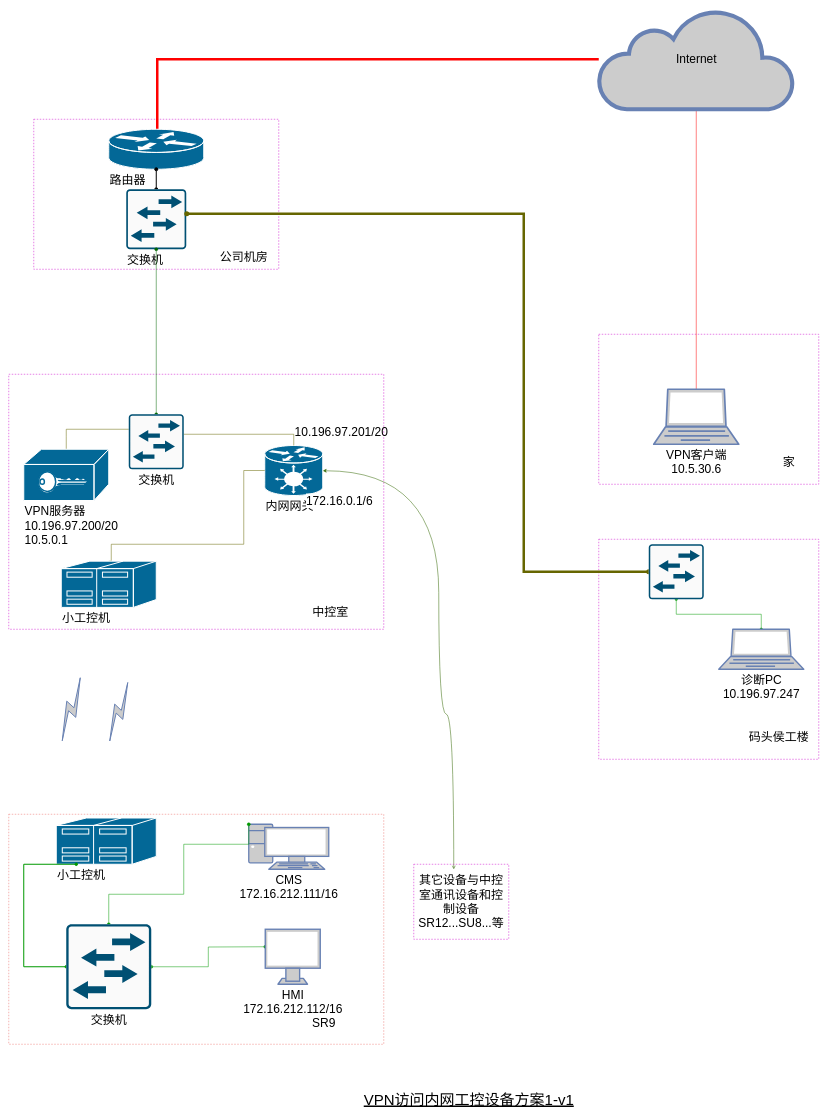
The draw.io diagram VPN访问内网工控设备方案1-v1.drawio in LockeJet/dopamineplz.github.io, before the edit. Source tidied: cells renumbered, new cells numbered last; positions are measured from the earlier drawing's top-left corner, leaving out a move shared by most shapes. Both pictures are drawn from the tidied source at 50%, with x=0, y=0 at pixel (8, 9).
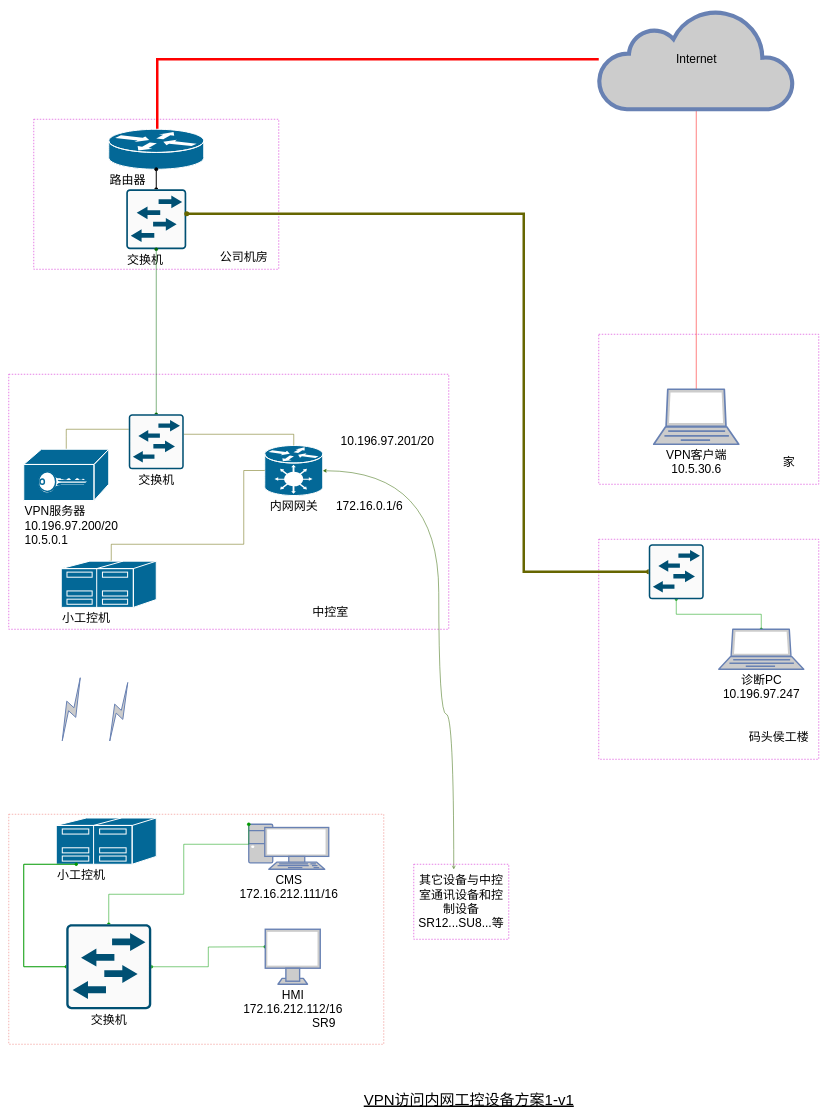
The same page after the edit.

Commit message (it also covers changes not shown here):
Update VPN访问内网工控设备方案1-v1.drawio

Diff of the diagram source:
```diff
@@
     <mxCell id="2" style="rounded=0;whiteSpace=wrap;html=1;fillColor=none;dashed=1;strokeColor=#CC00CC;fontSize=24;" parent="1" vertex="1">
-      <mxGeometry y="730" width="750" height="510" as="geometry" />
+      <mxGeometry y="730" width="880" height="510" as="geometry" />
     </mxCell>
@@
-    <mxCell id="11" value="内网网关" style="shape=mxgraph.cisco.hubs_and_gateways.generic_gateway;html=1;dashed=0;fillColor=#036897;strokeColor=#ffffff;strokeWidth=2;verticalLabelPosition=bottom;verticalAlign=top;align=left;outlineConnect=0;fontSize=24;" parent="1" vertex="1">
+    <mxCell id="11" value="&lt;div align=&quot;center&quot;&gt;内网网关&lt;/div&gt;" style="shape=mxgraph.cisco.hubs_and_gateways.generic_gateway;html=1;dashed=0;fillColor=#036897;strokeColor=#ffffff;strokeWidth=2;verticalLabelPosition=bottom;verticalAlign=top;align=center;outlineConnect=0;fontSize=24;" parent="1" vertex="1">
       <mxGeometry x="512" y="872.5" width="116" height="100" as="geometry" />
     </mxCell>
@@
     <mxCell id="14" value="172.16.0.1/6" style="edgeLabel;html=1;align=center;verticalAlign=middle;fontSize=24;" parent="1" vertex="1">
-      <mxGeometry x="660" y="982.5" as="geometry" />
+      <mxGeometry x="660" y="982.5" as="geometry">
+        <mxPoint x="60" y="10" as="offset" />
+      </mxGeometry>
     </mxCell>
     <mxCell id="15" value="10.196.97.201/20" style="text;html=1;align=center;verticalAlign=middle;fontFamily=Helvetica;fontSize=24;" parent="1" vertex="1">
-      <mxGeometry x="565" y="830" width="200" height="30" as="geometry" />
+      <mxGeometry x="657" y="848.5" width="200" height="30" as="geometry" />
     </mxCell>
```
